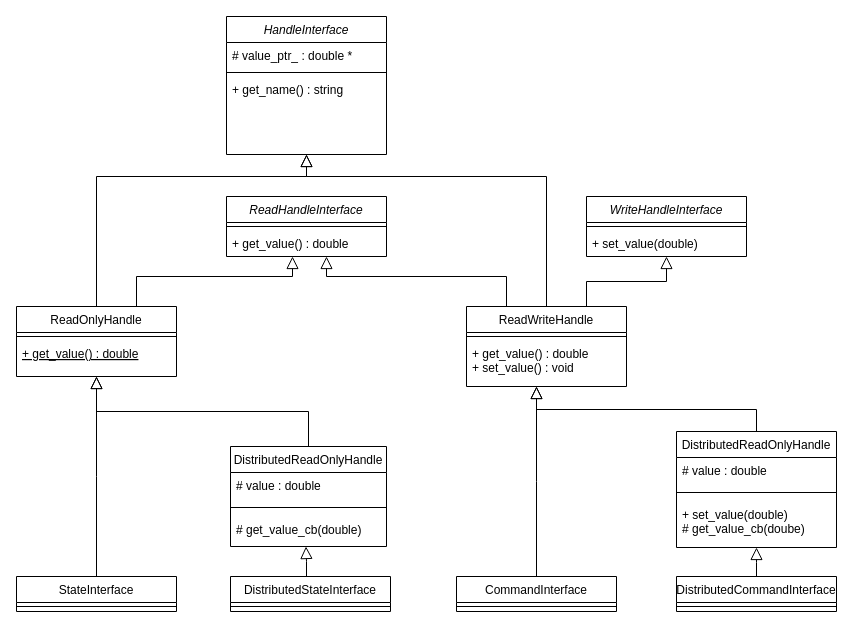
mamueluth/master_arbeit keeps this draw.io diagram as Figures/c5/Handles_UML.drawio. Above is the earlier version. Source tidied: cells renumbered, new cells numbered last; positions are measured from the earlier drawing's top-left corner, leaving out a move shared by most shapes. Both pictures are drawn from the tidied source at 100%, with x=0, y=0 at pixel (16, 16).
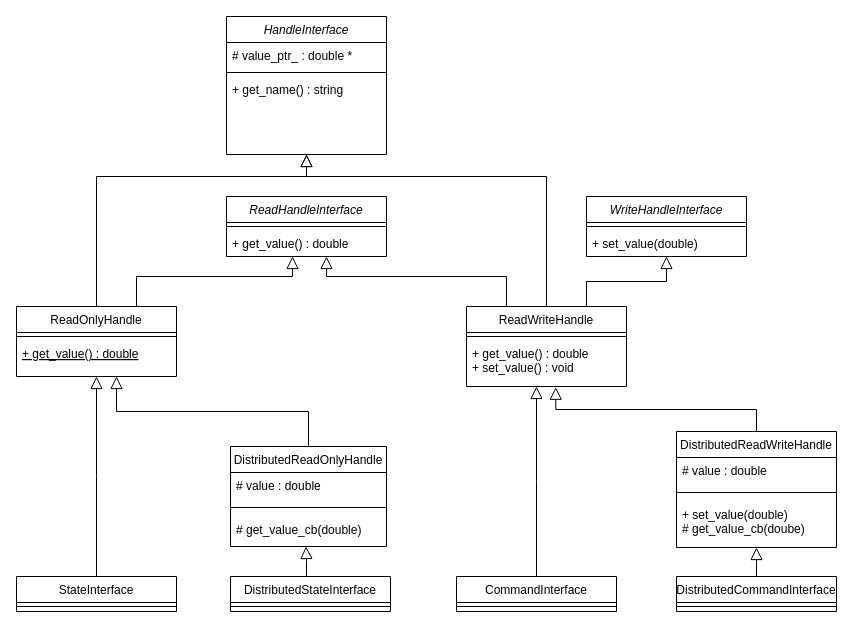
The same diagram, later.

The change refers to these unchanged cells:
```xml
<mxCell id="6" value="ReadOnlyHandle" style="swimlane;fontStyle=0;align=center;verticalAlign=top;horizontal=1;startSize=26;rounded=0;shadow=0;strokeWidth=1;" parent="1" vertex="1">
  <mxGeometry y="290" width="160" height="70" as="geometry" />
</mxCell>
<mxCell id="18" value="DistributedReadOnlyHandle" style="swimlane;fontStyle=0;align=center;verticalAlign=top;horizontal=1;startSize=26;rounded=0;shadow=0;strokeWidth=1;" parent="1" vertex="1">
  <mxGeometry x="214" y="430" width="156" height="100" as="geometry" />
</mxCell>
<mxCell id="24" value="+ get_value() : double&#10;+ set_value() : void&#10;" style="text;align=left;verticalAlign=top;spacingLeft=4;spacingRight=4;overflow=hidden;points=[[0,0.5],[1,0.5]];portConstraint=eastwest;fontStyle=0;" parent="22" vertex="1">
  <mxGeometry y="34" width="160" height="46" as="geometry" />
</mxCell>
```

Change to the diagram source:
```diff
@@
-    <mxCell id="30" style="endArrow=block;endSize=10;endFill=0;shadow=0;strokeWidth=1;rounded=0;edgeStyle=elbowEdgeStyle;elbow=vertical;entryX=0.5;entryY=1;entryDx=0;entryDy=0;exitX=0.5;exitY=0;exitDx=0;exitDy=0;" parent="1" edge="1" source="18" target="6">
-      <mxGeometry relative="1" as="geometry" />
+    <mxCell id="30" style="endArrow=block;endSize=10;endFill=0;shadow=0;strokeWidth=1;rounded=0;edgeStyle=elbowEdgeStyle;elbow=vertical;entryX=0.5;entryY=1;entryDx=0;entryDy=0;exitX=0.5;exitY=0;exitDx=0;exitDy=0;" parent="1" edge="1" source="18">
+      <mxGeometry relative="1" as="geometry">
+        <mxPoint x="100" y="360" as="targetPoint" />
+      </mxGeometry>
     </mxCell>
@@
-    <mxCell id="39" style="endArrow=block;endSize=10;endFill=0;shadow=0;strokeWidth=1;rounded=0;edgeStyle=elbowEdgeStyle;elbow=vertical;entryX=0.5;entryY=1;entryDx=0;entryDy=0;" parent="1" edge="1" source="41">
-      <mxGeometry relative="1" as="geometry">
-        <mxPoint x="520" y="370" as="targetPoint" />
-      </mxGeometry>
+    <mxCell id="39" style="endArrow=block;endSize=10;endFill=0;shadow=0;strokeWidth=1;rounded=0;edgeStyle=elbowEdgeStyle;elbow=vertical;entryX=0.558;entryY=1.016;entryDx=0;entryDy=0;entryPerimeter=0;" parent="1" edge="1" source="41" target="24">
+      <mxGeometry relative="1" as="geometry" />
     </mxCell>
@@
-    <mxCell id="41" value="DistributedReadOnlyHandle" style="swimlane;fontStyle=0;align=center;verticalAlign=top;horizontal=1;startSize=26;rounded=0;shadow=0;strokeWidth=1;" parent="1" vertex="1">
+    <mxCell id="41" value="DistributedReadWriteHandle" style="swimlane;fontStyle=0;align=center;verticalAlign=top;horizontal=1;startSize=26;rounded=0;shadow=0;strokeWidth=1;" parent="1" vertex="1">
       <mxGeometry x="660" y="415" width="160" height="116" as="geometry" />
     </mxCell>
```
